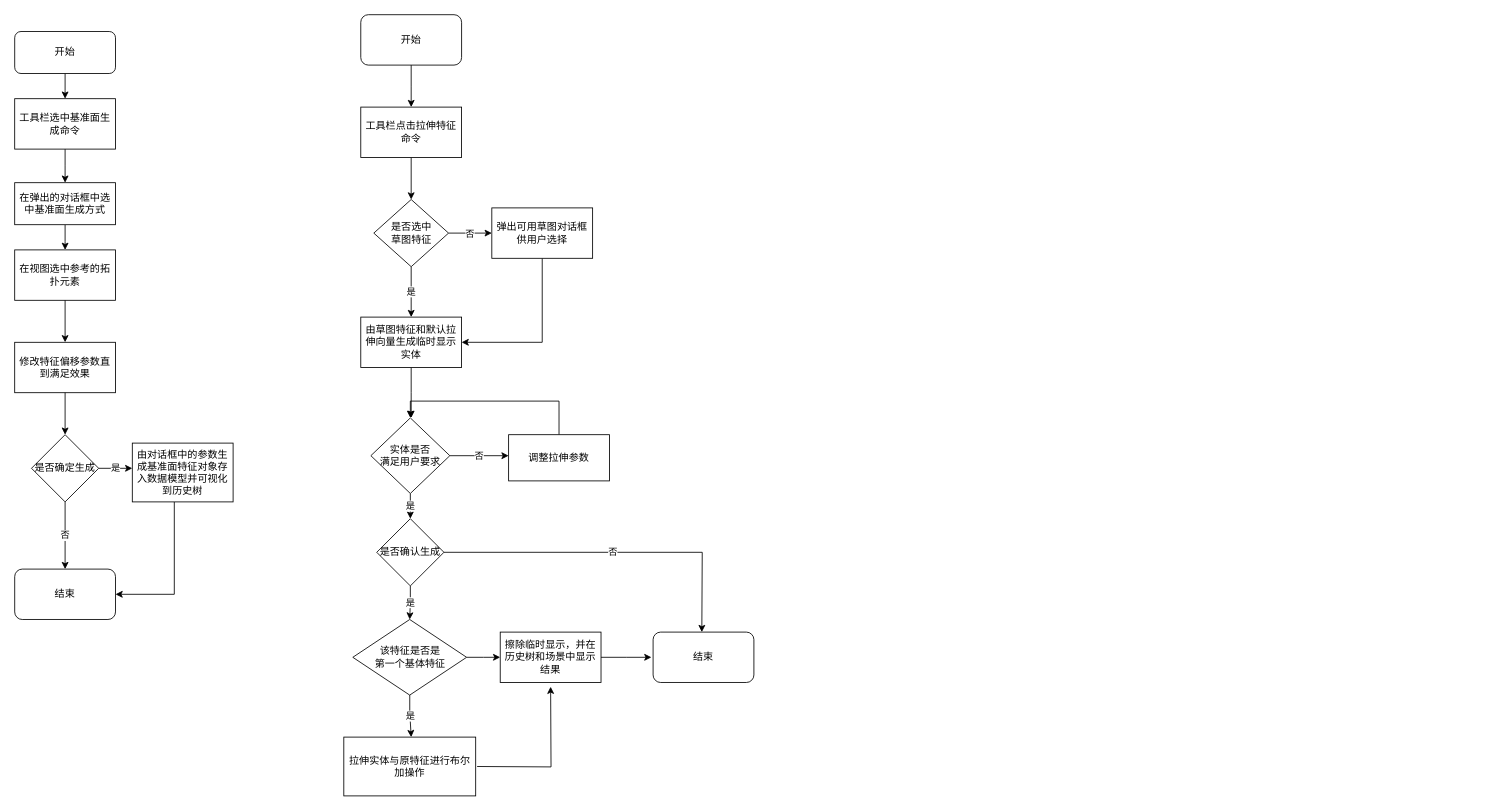
This is 特征创建与编辑.drawio from liuhuliuhu123/First-test, a draw.io file, before an edit. Source tidied: cells renumbered, new cells numbered last; positions are measured from the earlier drawing's top-left corner, leaving out a move shared by most shapes. Both pictures are drawn from the tidied source at 84%, with x=0, y=0 at pixel (14, 14).
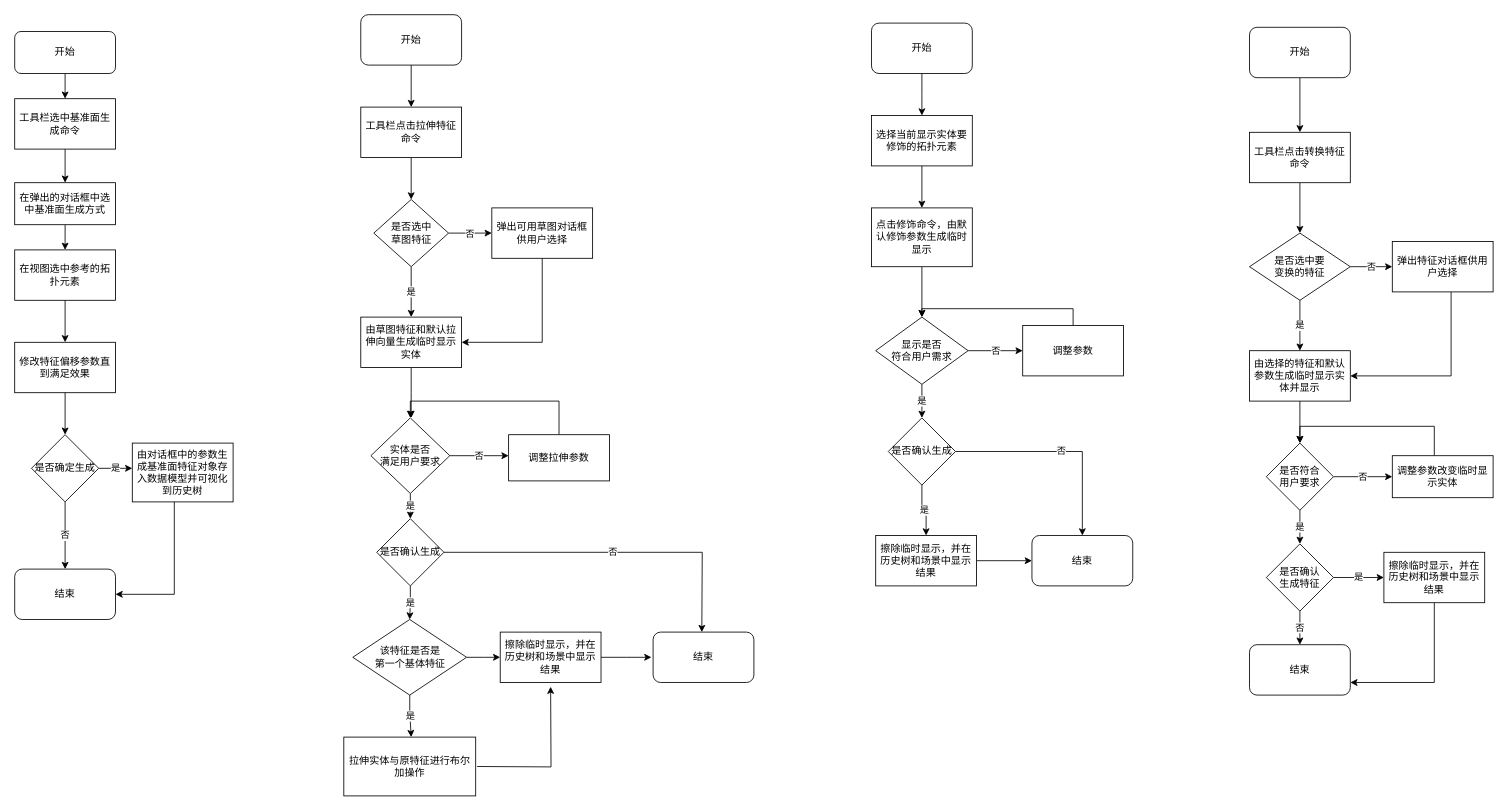
After the change.

Commit message (it also covers changes not shown here):
更新特征创建与编辑.drawio

The edit, as a diff of the source:
```diff
@@
+    <mxCell id="45" style="edgeStyle=orthogonalEdgeStyle;rounded=0;jettySize=auto;html=1;" parent="1" edge="1" source="46">
+      <mxGeometry relative="1" as="geometry">
+        <mxPoint x="1080" y="120" as="targetPoint" />
+      </mxGeometry>
+    </mxCell>
+    <mxCell id="46" value="开始" style="rounded=1;whiteSpace=wrap;html=1;" parent="1" vertex="1">
+      <mxGeometry x="1020" y="10" width="120" height="60" as="geometry" />
+    </mxCell>
+    <mxCell id="47" style="edgeStyle=orthogonalEdgeStyle;rounded=0;jettySize=auto;html=1;" parent="1" edge="1" source="48">
+      <mxGeometry relative="1" as="geometry">
+        <mxPoint x="1080" y="230" as="targetPoint" />
+      </mxGeometry>
+    </mxCell>
+    <mxCell id="48" value="选择当前显示实体要修饰的拓扑元素" style="rounded=0;whiteSpace=wrap;html=1;" parent="1" vertex="1">
+      <mxGeometry x="1020" y="120" width="120" height="60" as="geometry" />
+    </mxCell>
+    <mxCell id="49" style="edgeStyle=orthogonalEdgeStyle;rounded=0;jettySize=auto;html=1;" parent="1" edge="1" source="50">
+      <mxGeometry relative="1" as="geometry">
+        <mxPoint x="1080" y="360" as="targetPoint" />
+      </mxGeometry>
+    </mxCell>
+    <mxCell id="50" value="点击修饰命令，由默认修饰参数生成临时显示" style="rounded=0;whiteSpace=wrap;html=1;" parent="1" vertex="1">
+      <mxGeometry x="1020" y="230" width="120" height="70" as="geometry" />
+    </mxCell>
+    <mxCell id="51" value="否" style="edgeStyle=orthogonalEdgeStyle;rounded=0;jettySize=auto;html=1;" parent="1" edge="1" source="53">
+      <mxGeometry relative="1" as="geometry">
+        <mxPoint x="1200" y="400" as="targetPoint" />
+      </mxGeometry>
+    </mxCell>
+    <mxCell id="52" value="是" style="edgeStyle=orthogonalEdgeStyle;rounded=0;jettySize=auto;html=1;" parent="1" edge="1" source="53">
+      <mxGeometry relative="1" as="geometry">
+        <mxPoint x="1080" y="480" as="targetPoint" />
+      </mxGeometry>
+    </mxCell>
+    <mxCell id="53" value="显示是否&lt;br&gt;符合用户需求" style="rhombus;whiteSpace=wrap;html=1;" parent="1" vertex="1">
+      <mxGeometry x="1025" y="360" width="110" height="80" as="geometry" />
+    </mxCell>
+    <mxCell id="54" style="edgeStyle=orthogonalEdgeStyle;rounded=0;jettySize=auto;html=1;exitX=0.5;exitY=0;exitDx=0;exitDy=0;entryX=0.5;entryY=0;entryDx=0;entryDy=0;" parent="1" edge="1" source="55" target="53">
+      <mxGeometry relative="1" as="geometry" />
+    </mxCell>
+    <mxCell id="55" value="调整参数" style="rounded=0;whiteSpace=wrap;html=1;" parent="1" vertex="1">
+      <mxGeometry x="1200" y="370" width="120" height="60" as="geometry" />
+    </mxCell>
+    <mxCell id="56" style="edgeStyle=orthogonalEdgeStyle;rounded=0;jettySize=auto;html=1;entryX=0;entryY=0.5;entryDx=0;entryDy=0;" parent="1" edge="1" source="57" target="58">
+      <mxGeometry relative="1" as="geometry" />
+    </mxCell>
+    <mxCell id="57" value="擦除临时显示，并在历史树和场景中显示结果" style="rounded=0;whiteSpace=wrap;html=1;" parent="1" vertex="1">
+      <mxGeometry x="1025" y="620" width="120" height="60" as="geometry" />
+    </mxCell>
+    <mxCell id="58" value="结束" style="rounded=1;whiteSpace=wrap;html=1;" parent="1" vertex="1">
+      <mxGeometry x="1211" y="620" width="120" height="60" as="geometry" />
+    </mxCell>
+    <mxCell id="59" style="edgeStyle=orthogonalEdgeStyle;rounded=0;jettySize=auto;html=1;" parent="1" edge="1" source="60">
+      <mxGeometry relative="1" as="geometry">
+        <mxPoint x="1530" y="140" as="targetPoint" />
+      </mxGeometry>
+    </mxCell>
+    <mxCell id="60" value="开始" style="rounded=1;whiteSpace=wrap;html=1;" parent="1" vertex="1">
+      <mxGeometry x="1470" y="15" width="120" height="60" as="geometry" />
+    </mxCell>
+    <mxCell id="61" value="是" style="edgeStyle=orthogonalEdgeStyle;rounded=0;jettySize=auto;html=1;entryX=0.5;entryY=0;entryDx=0;entryDy=0;" parent="1" edge="1" source="63" target="57">
+      <mxGeometry relative="1" as="geometry" />
+    </mxCell>
+    <mxCell id="62" value="否" style="edgeStyle=orthogonalEdgeStyle;rounded=0;jettySize=auto;html=1;" parent="1" edge="1" source="63" target="58">
+      <mxGeometry relative="1" as="geometry" />
+    </mxCell>
+    <mxCell id="63" value="是否确认生成" style="rhombus;whiteSpace=wrap;html=1;" parent="1" vertex="1">
+      <mxGeometry x="1040" y="480" width="80" height="80" as="geometry" />
+    </mxCell>
+    <mxCell id="64" style="edgeStyle=orthogonalEdgeStyle;rounded=0;jettySize=auto;html=1;entryX=0.5;entryY=0;entryDx=0;entryDy=0;" parent="1" edge="1" source="65" target="68">
+      <mxGeometry relative="1" as="geometry" />
+    </mxCell>
+    <mxCell id="65" value="工具栏点击转换特征命令" style="rounded=0;whiteSpace=wrap;html=1;" parent="1" vertex="1">
+      <mxGeometry x="1470" y="140" width="120" height="60" as="geometry" />
+    </mxCell>
+    <mxCell id="66" value="否" style="edgeStyle=orthogonalEdgeStyle;rounded=0;jettySize=auto;html=1;exitX=1;exitY=0.5;exitDx=0;exitDy=0;" parent="1" edge="1" source="68">
+      <mxGeometry relative="1" as="geometry">
+        <mxPoint x="1640" y="300" as="targetPoint" />
+      </mxGeometry>
+    </mxCell>
+    <mxCell id="67" value="是" style="edgeStyle=orthogonalEdgeStyle;rounded=0;jettySize=auto;html=1;" parent="1" edge="1" source="68">
+      <mxGeometry relative="1" as="geometry">
+        <mxPoint x="1530" y="400" as="targetPoint" />
+      </mxGeometry>
+    </mxCell>
+    <mxCell id="68" value="是否选中要&lt;br&gt;变换的特征" style="rhombus;whiteSpace=wrap;html=1;" parent="1" vertex="1">
+      <mxGeometry x="1470" y="260" width="120" height="80" as="geometry" />
+    </mxCell>
+    <mxCell id="69" style="edgeStyle=orthogonalEdgeStyle;rounded=0;jettySize=auto;html=1;entryX=1;entryY=0.5;entryDx=0;entryDy=0;" parent="1" edge="1" source="70" target="72">
+      <mxGeometry relative="1" as="geometry">
+        <Array as="points">
+          <mxPoint x="1710" y="430" />
+        </Array>
+      </mxGeometry>
+    </mxCell>
+    <mxCell id="70" value="弹出特征对话框供用户选择" style="rounded=0;whiteSpace=wrap;html=1;" parent="1" vertex="1">
+      <mxGeometry x="1640" y="270" width="120" height="60" as="geometry" />
+    </mxCell>
+    <mxCell id="71" style="edgeStyle=orthogonalEdgeStyle;rounded=0;jettySize=auto;html=1;" parent="1" edge="1" source="72">
+      <mxGeometry relative="1" as="geometry">
+        <mxPoint x="1530" y="510" as="targetPoint" />
+      </mxGeometry>
+    </mxCell>
+    <mxCell id="72" value="由选择的特征和默认参数生成临时显示实体并显示" style="rounded=0;whiteSpace=wrap;html=1;" parent="1" vertex="1">
+      <mxGeometry x="1470" y="400" width="120" height="60" as="geometry" />
+    </mxCell>
+    <mxCell id="73" value="是" style="edgeStyle=orthogonalEdgeStyle;rounded=0;jettySize=auto;html=1;" parent="1" edge="1" source="75">
+      <mxGeometry relative="1" as="geometry">
+        <mxPoint x="1530" y="630" as="targetPoint" />
+      </mxGeometry>
+    </mxCell>
+    <mxCell id="74" value="否" style="edgeStyle=orthogonalEdgeStyle;rounded=0;jettySize=auto;html=1;entryX=0;entryY=0.5;entryDx=0;entryDy=0;" parent="1" edge="1" source="75" target="77">
+      <mxGeometry relative="1" as="geometry">
+        <Array as="points">
+          <mxPoint x="1600" y="550" />
+          <mxPoint x="1600" y="550" />
+        </Array>
+      </mxGeometry>
+    </mxCell>
+    <mxCell id="75" value="是否符合&lt;br&gt;用户要求" style="rhombus;whiteSpace=wrap;html=1;" parent="1" vertex="1">
+      <mxGeometry x="1490" y="510" width="80" height="80" as="geometry" />
+    </mxCell>
+    <mxCell id="76" style="edgeStyle=orthogonalEdgeStyle;rounded=0;jettySize=auto;html=1;entryX=0.5;entryY=0;entryDx=0;entryDy=0;" parent="1" edge="1" source="77" target="75">
+      <mxGeometry relative="1" as="geometry">
+        <Array as="points">
+          <mxPoint x="1690" y="490" />
+          <mxPoint x="1530" y="490" />
+        </Array>
+      </mxGeometry>
+    </mxCell>
+    <mxCell id="77" value="调整参数改变临时显示实体" style="rounded=0;whiteSpace=wrap;html=1;" parent="1" vertex="1">
+      <mxGeometry x="1640" y="525" width="120" height="50" as="geometry" />
+    </mxCell>
+    <mxCell id="78" value="否" style="edgeStyle=orthogonalEdgeStyle;rounded=0;jettySize=auto;html=1;" parent="1" edge="1" source="80">
+      <mxGeometry relative="1" as="geometry">
+        <mxPoint x="1530" y="750" as="targetPoint" />
+      </mxGeometry>
+    </mxCell>
+    <mxCell id="79" value="是" style="edgeStyle=orthogonalEdgeStyle;rounded=0;jettySize=auto;html=1;" parent="1" edge="1" source="80">
+      <mxGeometry relative="1" as="geometry">
+        <mxPoint x="1630" y="670" as="targetPoint" />
+      </mxGeometry>
+    </mxCell>
+    <mxCell id="80" value="是否确认&lt;br&gt;生成特征" style="rhombus;whiteSpace=wrap;html=1;" parent="1" vertex="1">
+      <mxGeometry x="1490" y="630" width="80" height="80" as="geometry" />
+    </mxCell>
+    <mxCell id="81" value="结束" style="rounded=1;whiteSpace=wrap;html=1;" parent="1" vertex="1">
+      <mxGeometry x="1470" y="750" width="120" height="60" as="geometry" />
+    </mxCell>
+    <mxCell id="82" style="edgeStyle=orthogonalEdgeStyle;rounded=0;jettySize=auto;html=1;entryX=1;entryY=0.75;entryDx=0;entryDy=0;" parent="1" edge="1" source="83" target="81">
+      <mxGeometry relative="1" as="geometry">
+        <Array as="points">
+          <mxPoint x="1690" y="795" />
+        </Array>
+      </mxGeometry>
+    </mxCell>
+    <mxCell id="83" value="擦除临时显示，并在历史树和场景中显示结果" style="rounded=0;whiteSpace=wrap;html=1;" parent="1" vertex="1">
+      <mxGeometry x="1630" y="640" width="120" height="60" as="geometry" />
+    </mxCell>
```
